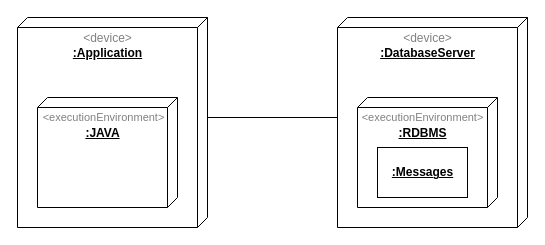
Before: Deployment Diagram/Deployment_Diagram.drawio in StefRCH/depot-projet-UML, a draw.io diagram. Source tidied: cells renumbered, new cells numbered last; positions are measured from the earlier drawing's top-left corner, leaving out a move shared by most shapes. Both pictures are drawn from the tidied source at 100%, with x=0, y=0 at pixel (17, 17).
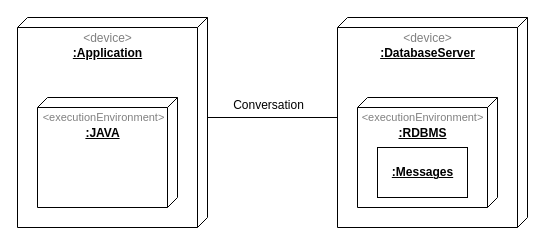
Above is the later version.

What changed in the source:
```diff
@@
 <mxGraphModel>
   <root>
     <mxCell id="0" />
     <mxCell id="1" parent="0" />
     <mxCell id="2" value="&lt;div&gt;&lt;b&gt;&lt;br&gt;&lt;/b&gt;&lt;/div&gt;&lt;div&gt;&lt;b&gt;:DatabaseServer&lt;br&gt;&lt;/b&gt;&lt;/div&gt;" style="verticalAlign=top;align=center;spacingTop=8;spacingLeft=2;spacingRight=12;shape=cube;size=10;direction=south;fontStyle=4;html=1;" parent="1" vertex="1">
       <mxGeometry x="320" width="190" height="210" as="geometry" />
     </mxCell>
     <mxCell id="3" value="&lt;div&gt;&lt;b&gt;&lt;br&gt;&lt;/b&gt;&lt;/div&gt;&lt;div&gt;&lt;b&gt;:Application&lt;br&gt;&lt;/b&gt;&lt;/div&gt;" style="verticalAlign=top;align=center;spacingTop=8;spacingLeft=2;spacingRight=12;shape=cube;size=10;direction=south;fontStyle=4;html=1;" parent="1" vertex="1">
       <mxGeometry width="190" height="210" as="geometry" />
     </mxCell>
     <mxCell id="4" value="&lt;div&gt;&lt;br&gt;&lt;/div&gt;&lt;div&gt;&lt;b&gt;:RDBMS&lt;/b&gt;&lt;br&gt;&lt;/div&gt;" style="verticalAlign=top;align=center;spacingTop=8;spacingLeft=2;spacingRight=12;shape=cube;size=10;direction=south;fontStyle=4;html=1;" parent="1" vertex="1">
       <mxGeometry x="340" y="80" width="140" height="110" as="geometry" />
     </mxCell>
     <mxCell id="5" value="&lt;b&gt;&lt;u&gt;:Messages&lt;/u&gt;&lt;/b&gt;" style="html=1;" parent="1" vertex="1">
       <mxGeometry x="360" y="130" width="90" height="50" as="geometry" />
     </mxCell>
     <mxCell id="6" value="&lt;div&gt;&lt;b&gt;&lt;br&gt;&lt;/b&gt;&lt;/div&gt;&lt;div&gt;&lt;b&gt;:JAVA&lt;/b&gt;&lt;/div&gt;" style="verticalAlign=top;align=center;spacingTop=8;spacingLeft=2;spacingRight=12;shape=cube;size=10;direction=south;fontStyle=4;html=1;" parent="1" vertex="1">
       <mxGeometry x="20" y="80" width="140" height="110" as="geometry" />
     </mxCell>
     <mxCell id="7" style="endArrow=none;html=1;rounded=0;exitX=0;exitY=0;exitDx=100;exitDy=0;exitPerimeter=0;" parent="1" edge="1" source="3">
       <mxGeometry relative="1" as="geometry">
         <mxPoint x="320" y="100" as="targetPoint" />
       </mxGeometry>
     </mxCell>
     <mxCell id="8" value="&lt;font color=&quot;#808080&quot;&gt;&amp;lt;device&amp;gt;&lt;/font&gt;" style="text;html=1;align=center;verticalAlign=middle;strokeColor=none;fillColor=none;" parent="1" vertex="1">
       <mxGeometry x="55" y="6" width="70" height="30" as="geometry" />
     </mxCell>
     <mxCell id="9" value="&lt;font color=&quot;#808080&quot;&gt;&amp;lt;device&amp;gt;&lt;/font&gt;" style="text;html=1;align=center;verticalAlign=middle;strokeColor=none;fillColor=none;" parent="1" vertex="1">
       <mxGeometry x="375" y="6" width="70" height="30" as="geometry" />
     </mxCell>
     <mxCell id="10" value="&lt;font style=&quot;font-size: 11px;&quot; color=&quot;#808080&quot;&gt;&amp;lt;executionEnvironment&amp;gt;&lt;/font&gt;" style="text;html=1;align=center;verticalAlign=middle;strokeColor=none;fillColor=none;" parent="1" vertex="1">
       <mxGeometry x="16" y="85" width="140" height="30" as="geometry" />
     </mxCell>
     <mxCell id="11" value="&lt;font style=&quot;font-size: 11px;&quot; color=&quot;#808080&quot;&gt;&amp;lt;executionEnvironment&amp;gt;&lt;/font&gt;" style="text;html=1;align=center;verticalAlign=middle;strokeColor=none;fillColor=none;" parent="1" vertex="1">
       <mxGeometry x="335" y="85" width="140" height="30" as="geometry" />
     </mxCell>
+    <mxCell id="12" value="Conversation" style="text;html=1;align=center;verticalAlign=middle;strokeColor=none;fillColor=none;" parent="1" vertex="1">
+      <mxGeometry x="207" y="75" width="88" height="26" as="geometry" />
+    </mxCell>
   </root>
 </mxGraphModel>
```
